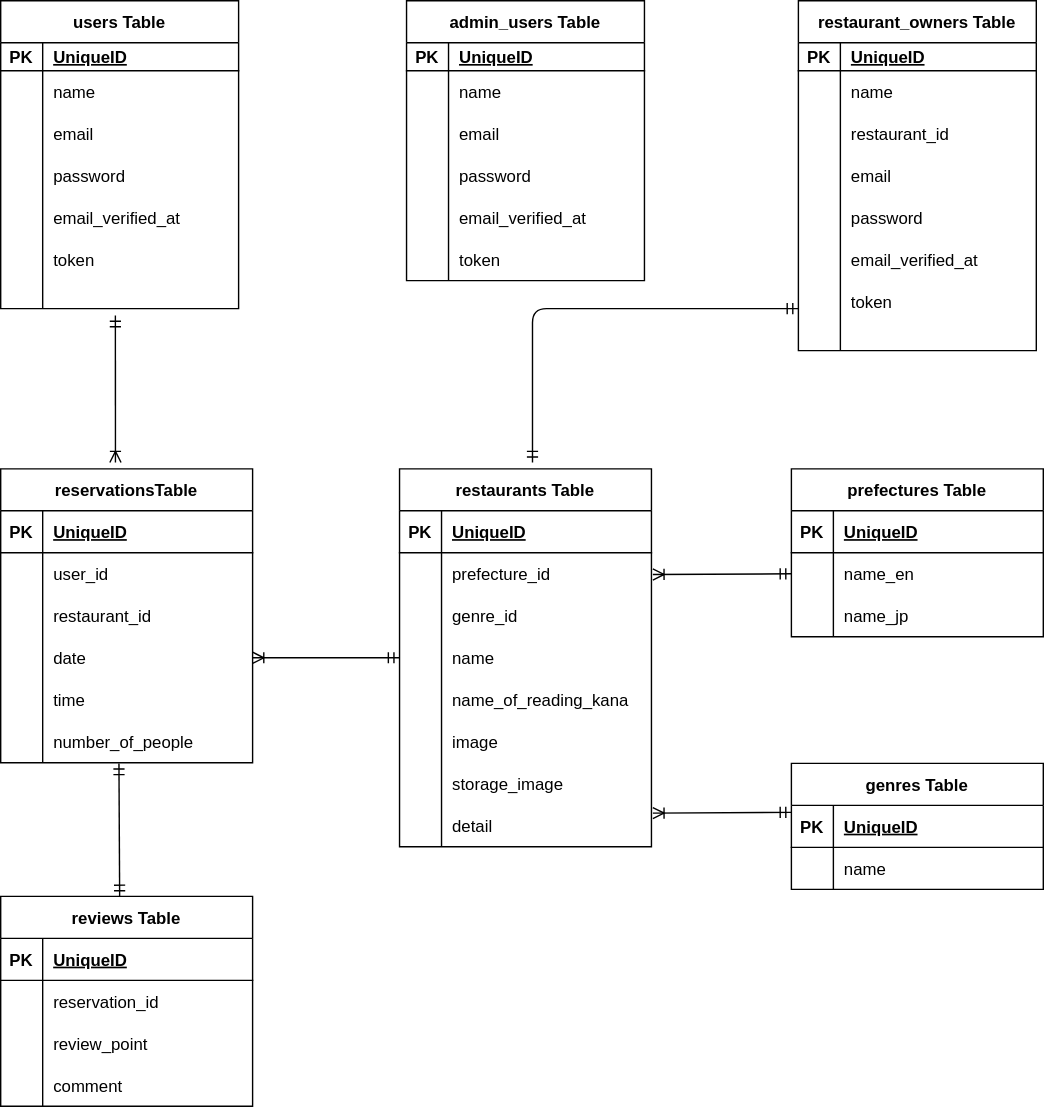
Above: er.drawio.svg in hi-san10/coachtech_rese (draw.io), before the change. Source tidied: cells renumbered, new cells last; positions are measured from the earlier drawing's top-left corner, leaving out a move shared by most shapes.
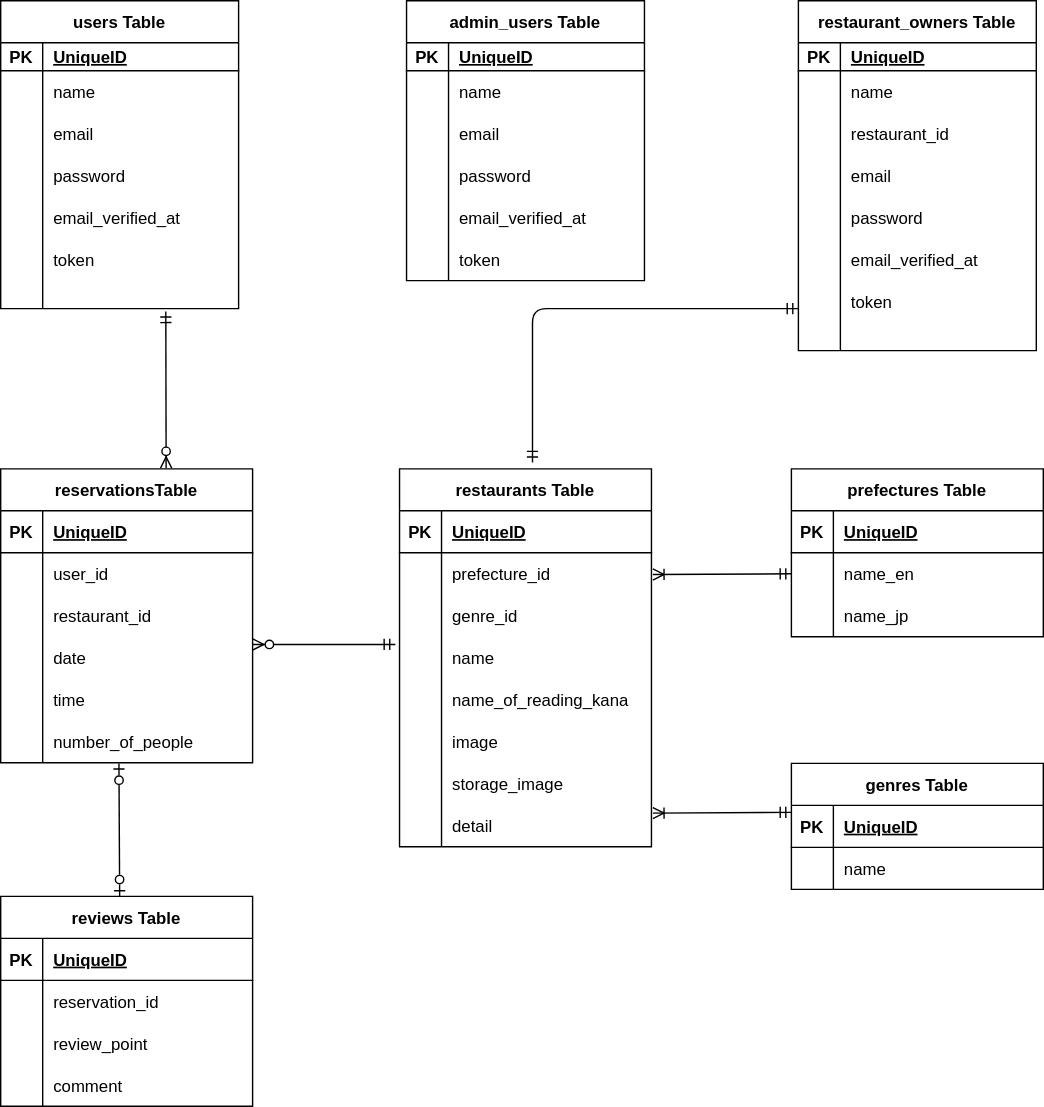
Later version of the same file.

What changed in the source:
```diff
@@ -422,11 +422,6 @@
     <mxCell id="141" value="comment" style="shape=partialRectangle;fillColor=none;top=0;left=0;bottom=0;right=0;align=left;spacingLeft=6;overflow=hidden;" parent="139" vertex="1">
       <mxGeometry x="30" width="150" height="30" as="geometry" />
     </mxCell>
-    <mxCell id="142" style="fontSize=12;html=1;endArrow=ERoneToMany;startArrow=ERmandOne;exitX=0.482;exitY=1.25;exitDx=0;exitDy=0;exitPerimeter=0;" parent="1" edge="1" source="21">
-      <mxGeometry relative="1" as="geometry">
-        <mxPoint x="82" y="330" as="targetPoint" />
-      </mxGeometry>
-    </mxCell>
     <mxCell id="143" style="fontSize=12;html=1;endArrow=ERoneToMany;startArrow=ERmandOne;exitX=0;exitY=0.5;exitDx=0;exitDy=0;" parent="1" edge="1" source="97">
       <mxGeometry relative="1" as="geometry">
         <mxPoint x="466" y="410" as="targetPoint" />
@@ -448,14 +443,22 @@
         </Array>
       </mxGeometry>
     </mxCell>
-    <mxCell id="146" style="fontSize=12;html=1;endArrow=ERmandOne;startArrow=ERmandOne;" parent="1" edge="1">
+    <mxCell id="146" style="fontSize=12;html=1;endArrow=ERzeroToOne;startArrow=ERzeroToOne;startFill=0;endFill=0;" parent="1" edge="1">
       <mxGeometry relative="1" as="geometry">
         <mxPoint x="85" y="640" as="sourcePoint" />
         <mxPoint x="84.5" y="545" as="targetPoint" />
       </mxGeometry>
     </mxCell>
-    <mxCell id="147" style="fontSize=12;html=1;endArrow=ERmandOne;startArrow=ERoneToMany;exitX=1;exitY=0.5;exitDx=0;exitDy=0;entryX=0;entryY=0.5;entryDx=0;entryDy=0;startFill=0;" parent="1" edge="1" source="120" target="78">
-      <mxGeometry relative="1" as="geometry" />
-    </mxCell>
+    <mxCell id="148" style="fontSize=12;html=1;endArrow=ERzeroToMany;startArrow=ERmandOne;entryX=0.712;entryY=1.2;entryDx=0;entryDy=0;entryPerimeter=0;exitX=0.694;exitY=1.1;exitDx=0;exitDy=0;exitPerimeter=0;startFill=0;" parent="1" edge="1" source="21">
+      <mxGeometry relative="1" as="geometry">
+        <mxPoint x="118.2" y="334" as="targetPoint" />
+      </mxGeometry>
+    </mxCell>
+    <mxCell id="149" style="fontSize=12;html=1;endArrow=ERzeroToMany;startArrow=ERmandOne;entryX=1;entryY=0.25;entryDx=0;entryDy=0;entryPerimeter=0;startFill=0;" parent="1" edge="1">
+      <mxGeometry relative="1" as="geometry">
+        <mxPoint x="282" y="460" as="sourcePoint" />
+        <mxPoint x="180" y="460" as="targetPoint" />
+      </mxGeometry>
+    </mxCell>
   </root>
 </mxGraphModel>
```
